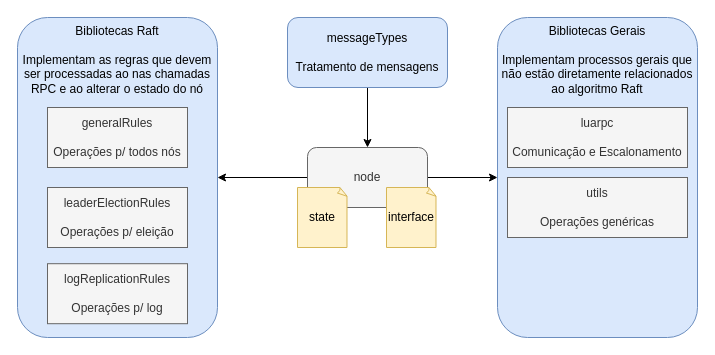
This is docs/arcaboucoLua.drawio from lpdoss/luaRaft, a draw.io file, before an edit. Source tidied: cells renumbered, new cells numbered last; positions are measured from the earlier drawing's top-left corner, leaving out a move shared by most shapes. Both pictures are drawn from the tidied source at 100%, with x=0, y=0 at pixel (17, 17).
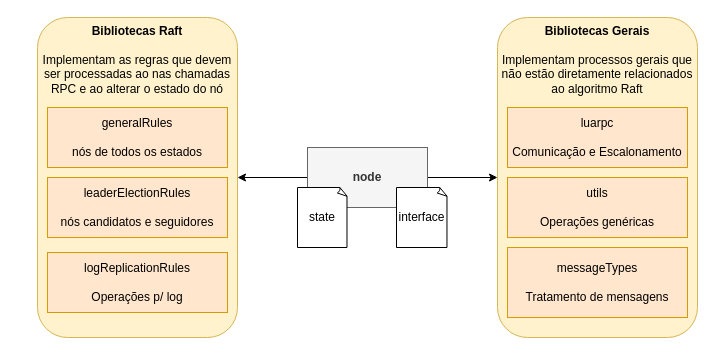
The same diagram, later.

Diff of the diagram source:
```diff
@@
 <mxGraphModel>
   <root>
     <mxCell id="0" />
     <mxCell id="1" parent="0" />
-    <mxCell id="2" value="Bibliotecas Gerais&lt;br&gt;&lt;br&gt;Implementam processos gerais que não estão diretamente relacionados ao algoritmo Raft" style="rounded=1;whiteSpace=wrap;html=1;glass=0;align=center;verticalAlign=top;fillColor=#dae8fc;strokeColor=#6c8ebf;" parent="1" vertex="1">
+    <mxCell id="2" value="&lt;b&gt;Bibliotecas Gerais&lt;/b&gt;&lt;br&gt;&lt;br&gt;Implementam processos gerais que não estão diretamente relacionados ao algoritmo Raft" style="rounded=1;whiteSpace=wrap;html=1;glass=0;align=center;verticalAlign=top;fillColor=#fff2cc;strokeColor=#d6b656;" parent="1" vertex="1">
       <mxGeometry x="480" width="200" height="320" as="geometry" />
     </mxCell>
-    <mxCell id="3" value="Bibliotecas Raft&lt;br&gt;&lt;br&gt;Implementam as regras que devem ser processadas ao nas chamadas RPC e ao alterar o estado do nó" style="rounded=1;whiteSpace=wrap;html=1;glass=0;align=center;verticalAlign=top;fillColor=#dae8fc;strokeColor=#6c8ebf;" parent="1" vertex="1">
-      <mxGeometry width="200" height="320" as="geometry" />
+    <mxCell id="3" value="&lt;b&gt;Bibliotecas Raft&lt;/b&gt;&lt;br&gt;&lt;br&gt;Implementam as regras que devem ser processadas ao nas chamadas RPC e ao alterar o estado do nó" style="rounded=1;whiteSpace=wrap;html=1;glass=0;align=center;verticalAlign=top;fillColor=#fff2cc;strokeColor=#d6b656;" parent="1" vertex="1">
+      <mxGeometry x="20" width="200" height="320" as="geometry" />
     </mxCell>
-    <mxCell id="4" value="luarpc&lt;br&gt;&lt;br&gt;Comunicação e Escalonamento" style="rounded=0;whiteSpace=wrap;html=1;fillColor=#f5f5f5;strokeColor=#666666;fontColor=#333333;" parent="1" vertex="1">
+    <mxCell id="4" value="luarpc&lt;br&gt;&lt;br&gt;Comunicação e Escalonamento" style="rounded=0;whiteSpace=wrap;html=1;fillColor=#ffe6cc;strokeColor=#d79b00;" parent="1" vertex="1">
       <mxGeometry x="490" y="90" width="180" height="60" as="geometry" />
     </mxCell>
-    <mxCell id="5" style="edgeStyle=orthogonalEdgeStyle;rounded=0;jettySize=auto;html=1;startArrow=classic;startFill=1;endArrow=none;endFill=0;" parent="1" edge="1" source="8" target="14">
-      <mxGeometry relative="1" as="geometry" />
-    </mxCell>
     <mxCell id="6" style="edgeStyle=orthogonalEdgeStyle;rounded=0;jettySize=auto;html=1;startArrow=none;startFill=0;endArrow=classic;endFill=1;" parent="1" edge="1" source="8" target="3">
       <mxGeometry relative="1" as="geometry" />
     </mxCell>
     <mxCell id="7" style="edgeStyle=orthogonalEdgeStyle;rounded=0;jettySize=auto;html=1;startArrow=none;startFill=0;endArrow=classic;endFill=1;" parent="1" edge="1" source="8" target="2">
       <mxGeometry relative="1" as="geometry" />
     </mxCell>
-    <mxCell id="8" value="node" style="rounded=1;whiteSpace=wrap;html=1;fillColor=#f5f5f5;strokeColor=#666666;fontColor=#333333;" parent="1" vertex="1">
+    <mxCell id="8" value="node" style="rounded=0;whiteSpace=wrap;html=1;fillColor=#f5f5f5;strokeColor=#666666;fontColor=#333333;fontStyle=1;" parent="1" vertex="1">
       <mxGeometry x="290" y="130" width="120" height="60" as="geometry" />
     </mxCell>
-    <mxCell id="9" value="utils&lt;br&gt;&lt;br&gt;Operações genéricas" style="rounded=0;whiteSpace=wrap;html=1;fillColor=#f5f5f5;strokeColor=#666666;fontColor=#333333;" parent="1" vertex="1">
+    <mxCell id="9" value="utils&lt;br&gt;&lt;br&gt;Operações genéricas" style="rounded=0;whiteSpace=wrap;html=1;fillColor=#ffe6cc;strokeColor=#d79b00;" parent="1" vertex="1">
       <mxGeometry x="490" y="160" width="180" height="60" as="geometry" />
     </mxCell>
-    <mxCell id="10" value="generalRules&lt;br&gt;&lt;br&gt;Operações p/ todos nós" style="rounded=0;whiteSpace=wrap;html=1;fillColor=#f5f5f5;strokeColor=#666666;fontColor=#333333;" parent="1" vertex="1">
-      <mxGeometry x="30" y="90" width="140" height="60" as="geometry" />
+    <mxCell id="10" value="&lt;font style=&quot;font-size: 12px&quot;&gt;generalRules&lt;br&gt;&lt;br&gt;nós de todos os estados&lt;/font&gt;" style="rounded=0;whiteSpace=wrap;html=1;fillColor=#ffe6cc;strokeColor=#d79b00;" parent="1" vertex="1">
+      <mxGeometry x="30" y="90" width="180" height="60" as="geometry" />
     </mxCell>
-    <mxCell id="11" value="leaderElectionRules&lt;br&gt;&lt;br&gt;Operações p/ eleição" style="rounded=0;whiteSpace=wrap;html=1;fillColor=#f5f5f5;strokeColor=#666666;fontColor=#333333;" parent="1" vertex="1">
-      <mxGeometry x="30" y="170" width="140" height="60" as="geometry" />
+    <mxCell id="11" value="leaderElectionRules&lt;br&gt;&lt;br&gt;nós candidatos e seguidores" style="rounded=0;whiteSpace=wrap;html=1;fillColor=#ffe6cc;strokeColor=#d79b00;" parent="1" vertex="1">
+      <mxGeometry x="30" y="160" width="180" height="60" as="geometry" />
     </mxCell>
-    <mxCell id="12" value="logReplicationRules&lt;br&gt;&lt;br&gt;Operações p/ log" style="rounded=0;whiteSpace=wrap;html=1;fillColor=#f5f5f5;strokeColor=#666666;fontColor=#333333;" parent="1" vertex="1">
-      <mxGeometry x="30" y="246.2" width="140" height="60" as="geometry" />
+    <mxCell id="12" value="logReplicationRules&lt;br&gt;&lt;br&gt;Operações p/ log" style="rounded=0;whiteSpace=wrap;html=1;fillColor=#ffe6cc;strokeColor=#d79b00;" parent="1" vertex="1">
+      <mxGeometry x="30" y="235" width="180" height="60" as="geometry" />
     </mxCell>
-    <mxCell id="13" value="interface" style="whiteSpace=wrap;html=1;shape=mxgraph.basic.document;fillColor=#fff2cc;strokeColor=#d6b656;" parent="1" vertex="1">
-      <mxGeometry x="369" y="170" width="50" height="60" as="geometry" />
+    <mxCell id="13" value="interface" style="whiteSpace=wrap;html=1;shape=mxgraph.basic.document;" parent="1" vertex="1">
+      <mxGeometry x="379" y="170" width="51" height="60" as="geometry" />
     </mxCell>
-    <mxCell id="14" value="messageTypes&lt;br&gt;&lt;br&gt;Tratamento de mensagens" style="rounded=1;whiteSpace=wrap;html=1;fillColor=#dae8fc;strokeColor=#6c8ebf;" parent="1" vertex="1">
-      <mxGeometry x="270" width="160" height="70" as="geometry" />
+    <mxCell id="14" value="messageTypes&lt;br&gt;&lt;br&gt;Tratamento de mensagens" style="rounded=0;whiteSpace=wrap;html=1;fillColor=#ffe6cc;strokeColor=#d79b00;" parent="1" vertex="1">
+      <mxGeometry x="490" y="230" width="180" height="70" as="geometry" />
     </mxCell>
-    <mxCell id="15" value="state" style="whiteSpace=wrap;html=1;shape=mxgraph.basic.document;fillColor=#fff2cc;strokeColor=#d6b656;" parent="1" vertex="1">
+    <mxCell id="15" value="state" style="whiteSpace=wrap;html=1;shape=mxgraph.basic.document;" parent="1" vertex="1">
       <mxGeometry x="280" y="170" width="50" height="60" as="geometry" />
     </mxCell>
   </root>
 </mxGraphModel>
```
